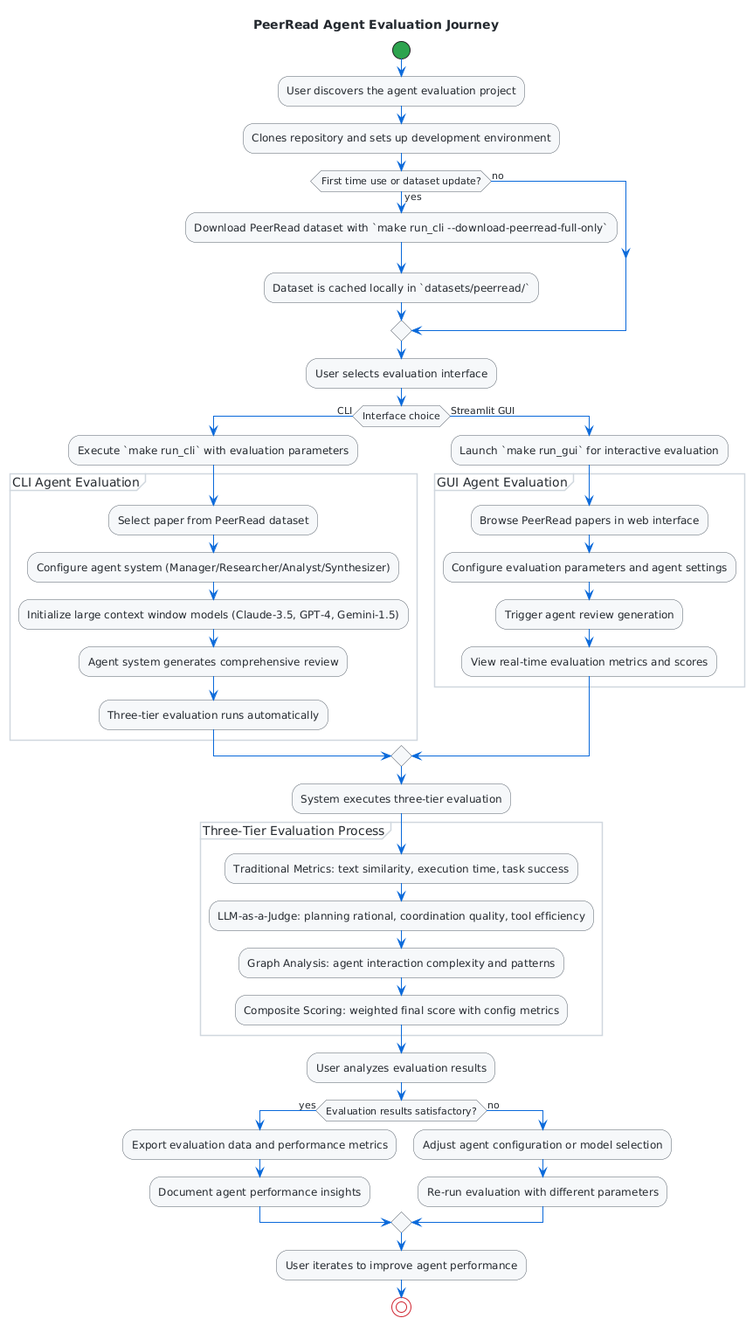
Above: assets/images/customer-journey-activity-light.png in qte77/Agents-eval (PlantUML), before the change.
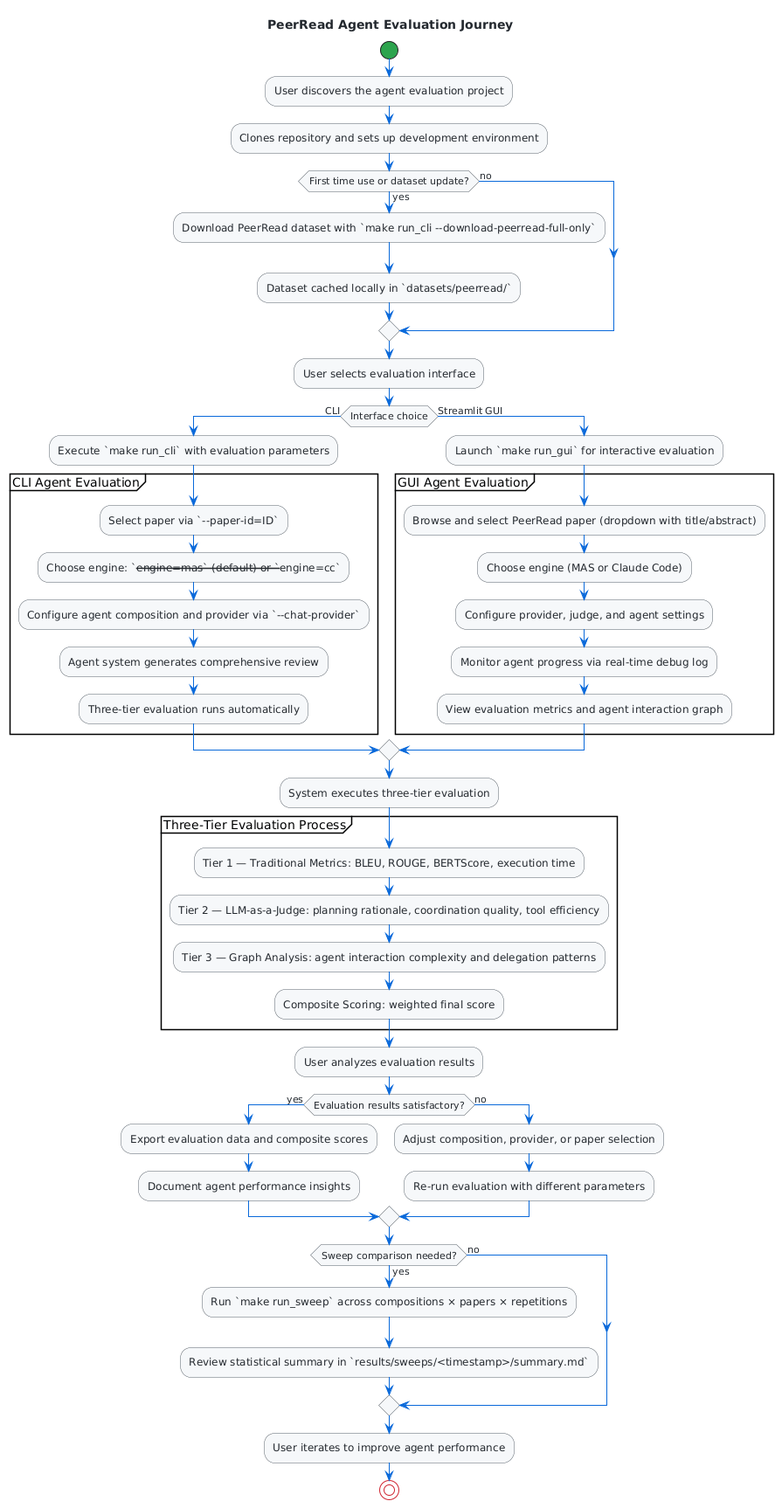
After the commit.

Diff of the diagram source:
```diff
@@ -13,7 +13,7 @@
 
 if (First time use or dataset update?) then (yes)
   :Download PeerRead dataset with `make run_cli --download-peerread-full-only`;
-  :Dataset is cached locally in `datasets/peerread/`;
+  :Dataset cached locally in `datasets/peerread/`;
 else (no)
 endif
 
@@ -21,40 +21,47 @@
 
 if (Interface choice) then (CLI)
   :Execute `make run_cli` with evaluation parameters;
-  group CLI Agent Evaluation
-    :Select paper from PeerRead dataset;
-    :Configure agent system (Manager/Researcher/Analyst/Synthesizer);
-    :Initialize large context window models (Claude-3.5, GPT-4, Gemini-1.5);
+  partition "CLI Agent Evaluation" {
+    :Select paper via `--paper-id=ID`;
+    :Choose engine: `--engine=mas` (default) or `--engine=cc`;
+    :Configure agent composition and provider via `--chat-provider`;
     :Agent system generates comprehensive review;
     :Three-tier evaluation runs automatically;
-  end group
+  }
 else (Streamlit GUI)
   :Launch `make run_gui` for interactive evaluation;
-  group GUI Agent Evaluation
-    :Browse PeerRead papers in web interface;
-    :Configure evaluation parameters and agent settings;
-    :Trigger agent review generation;
-    :View real-time evaluation metrics and scores;
-  end group
+  partition "GUI Agent Evaluation" {
+    :Browse and select PeerRead paper (dropdown with title/abstract);
+    :Choose engine (MAS or Claude Code);
+    :Configure provider, judge, and agent settings;
+    :Monitor agent progress via real-time debug log;
+    :View evaluation metrics and agent interaction graph;
+  }
 endif
 
 :System executes three-tier evaluation;
 
-group Three-Tier Evaluation Process
-  :Traditional Metrics: text similarity, execution time, task success;
-  :LLM-as-a-Judge: planning rational, coordination quality, tool efficiency;
-  :Graph Analysis: agent interaction complexity and patterns;
-  :Composite Scoring: weighted final score with config metrics;
-end group
+partition "Three-Tier Evaluation Process" {
+  :Tier 1 — Traditional Metrics: BLEU, ROUGE, BERTScore, execution time;
+  :Tier 2 — LLM-as-a-Judge: planning rationale, coordination quality, tool efficiency;
+  :Tier 3 — Graph Analysis: agent interaction complexity and delegation patterns;
+  :Composite Scoring: weighted final score;
+}
 
 :User analyzes evaluation results;
 
 if (Evaluation results satisfactory?) then (yes)
-  :Export evaluation data and performance metrics;
+  :Export evaluation data and composite scores;
   :Document agent performance insights;
 else (no)
-  :Adjust agent configuration or model selection;
+  :Adjust composition, provider, or paper selection;
   :Re-run evaluation with different parameters;
+endif
+
+if (Sweep comparison needed?) then (yes)
+  :Run `make run_sweep` across compositions × papers × repetitions;
+  :Review statistical summary in `results/sweeps/<timestamp>/summary.md`;
+else (no)
 endif
 
 :User iterates to improve agent performance;
```
